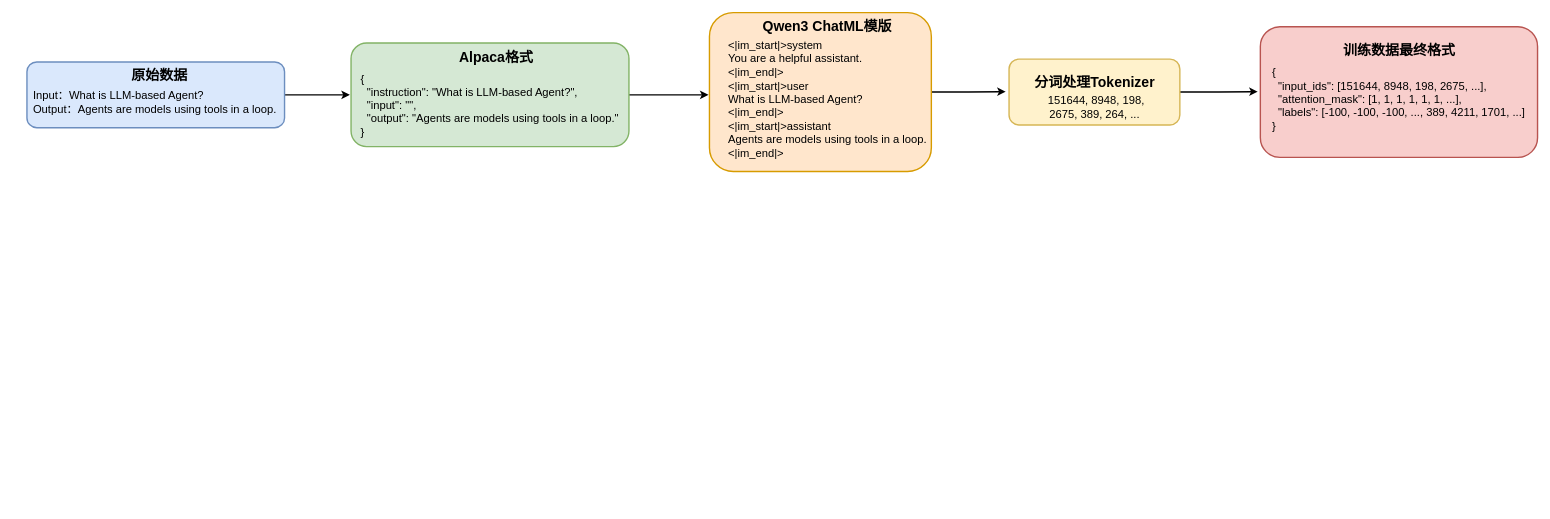
The draw.io diagram diagrams/sft_data_transformation_process.drawio in real-jiakai/draw, before the edit. Source tidied: cells renumbered, new cells numbered last; positions are measured from the earlier drawing's top-left corner, leaving out a move shared by most shapes. Both pictures are drawn from the tidied source at 70%, with x=0, y=0 at pixel (27, 13).
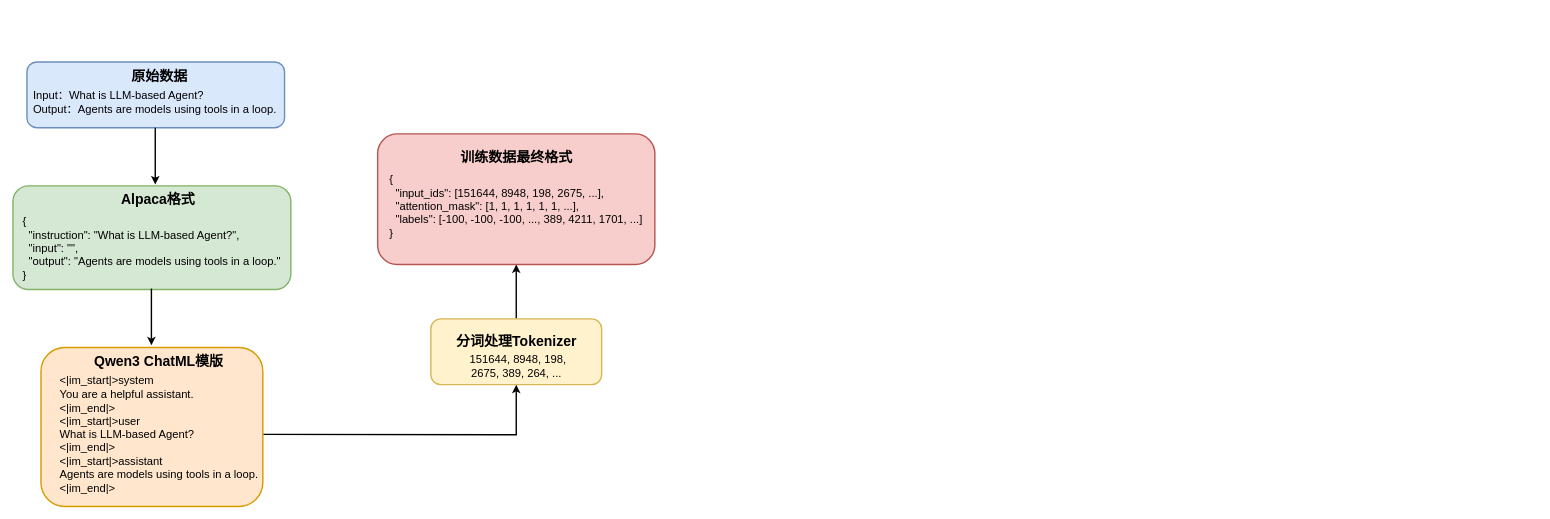
The same page after the edit.

The change refers to these unchanged cells:
```xml
<mxCell id="10" style="rounded=1;whiteSpace=wrap;html=1;strokeWidth=2;fillColor=#dae8fc;strokeColor=#6c8ebf;" parent="1" vertex="1">
  <mxGeometry y="70" width="368" height="94" as="geometry" />
</mxCell>
```

The edit, as a diff of the source:
```diff
@@
     <mxCell id="2" style="rounded=1;whiteSpace=wrap;html=1;strokeWidth=2;fillColor=#f8cecc;strokeColor=#b85450;" parent="1" vertex="1">
-      <mxGeometry x="1762" y="19.8" width="396" height="186.5" as="geometry" />
+      <mxGeometry x="501" y="172.8" width="396" height="186.5" as="geometry" />
     </mxCell>
-    <mxCell id="3" style="edgeStyle=orthogonalEdgeStyle;rounded=0;jettySize=auto;html=1;exitX=1;exitY=0.5;exitDx=0;exitDy=0;strokeWidth=2;" parent="1" edge="1" source="4">
-      <mxGeometry relative="1" as="geometry">
-        <mxPoint x="1758.2" y="112.4" as="targetPoint" />
-      </mxGeometry>
-    </mxCell>
+    <mxCell id="21" style="edgeStyle=orthogonalEdgeStyle;rounded=0;jettySize=auto;html=1;exitX=0.5;exitY=0;exitDx=0;exitDy=0;entryX=0.5;entryY=1;entryDx=0;entryDy=0;strokeWidth=2;" parent="1" edge="1" source="4" target="2">
+      <mxGeometry relative="1" as="geometry" />
+    </mxCell>
     <mxCell id="4" style="rounded=1;whiteSpace=wrap;html=1;strokeWidth=2;fillColor=#fff2cc;strokeColor=#d6b656;" parent="1" vertex="1">
-      <mxGeometry x="1403" y="66" width="244" height="94" as="geometry" />
+      <mxGeometry x="577" y="437" width="244" height="94" as="geometry" />
     </mxCell>
-    <mxCell id="5" style="edgeStyle=orthogonalEdgeStyle;rounded=0;jettySize=auto;html=1;exitX=1;exitY=0.5;exitDx=0;exitDy=0;strokeWidth=2;" parent="1" edge="1" source="6">
-      <mxGeometry relative="1" as="geometry">
-        <mxPoint x="1398.2" y="112.4" as="targetPoint" />
-      </mxGeometry>
-    </mxCell>
     <mxCell id="6" style="rounded=1;whiteSpace=wrap;html=1;strokeWidth=2;fillColor=#ffe6cc;strokeColor=#d79b00;" parent="1" vertex="1">
-      <mxGeometry x="975" y="-0.5" width="317" height="227" as="geometry" />
+      <mxGeometry x="20" y="478" width="317" height="227" as="geometry" />
     </mxCell>
-    <mxCell id="7" style="edgeStyle=orthogonalEdgeStyle;rounded=0;jettySize=auto;html=1;exitX=1;exitY=0.5;exitDx=0;exitDy=0;strokeWidth=2;" parent="1" edge="1" source="8">
-      <mxGeometry relative="1" as="geometry">
-        <mxPoint x="973.6" y="117" as="targetPoint" />
-      </mxGeometry>
-    </mxCell>
     <mxCell id="8" style="rounded=1;whiteSpace=wrap;html=1;strokeWidth=2;fillColor=#d5e8d4;strokeColor=#82b366;" parent="1" vertex="1">
-      <mxGeometry x="463" y="43" width="397" height="148" as="geometry" />
+      <mxGeometry x="-20" y="247" width="397" height="148" as="geometry" />
     </mxCell>
-    <mxCell id="9" style="edgeStyle=orthogonalEdgeStyle;rounded=0;jettySize=auto;html=1;exitX=1;exitY=0.5;exitDx=0;exitDy=0;strokeWidth=2;" parent="1" edge="1" source="10">
-      <mxGeometry relative="1" as="geometry">
-        <mxPoint x="461.3" y="117" as="targetPoint" />
-      </mxGeometry>
-    </mxCell>
@@
     <mxCell id="13" value="&lt;span style=&quot;font-size: 20px;&quot;&gt;&lt;b&gt;Alpaca格式&lt;/b&gt;&lt;/span&gt;" style="text;html=1;align=center;verticalAlign=middle;whiteSpace=wrap;rounded=0;" parent="1" vertex="1">
-      <mxGeometry x="608" y="47" width="125" height="30" as="geometry" />
+      <mxGeometry x="125" y="251" width="125" height="30" as="geometry" />
     </mxCell>
     <mxCell id="14" value="&lt;div&gt;&lt;font style=&quot;font-size: 16px;&quot;&gt;{&lt;/font&gt;&lt;/div&gt;&lt;div&gt;&lt;font style=&quot;font-size: 16px;&quot;&gt;&amp;nbsp; &quot;instruction&quot;: &quot;What is LLM-based Agent?&quot;,&lt;/font&gt;&lt;/div&gt;&lt;div&gt;&lt;font style=&quot;font-size: 16px;&quot;&gt;&amp;nbsp; &quot;input&quot;: &quot;&quot;,&lt;/font&gt;&lt;/div&gt;&lt;div&gt;&lt;font style=&quot;font-size: 16px;&quot;&gt;&amp;nbsp; &quot;output&quot;: &quot;Agents are models using tools in a loop.&quot;&lt;/font&gt;&lt;/div&gt;&lt;div&gt;&lt;font style=&quot;font-size: 16px;&quot;&gt;}&lt;/font&gt;&lt;/div&gt;" style="text;html=1;align=left;verticalAlign=middle;whiteSpace=wrap;rounded=0;" parent="1" vertex="1">
-      <mxGeometry x="475" y="73.8" width="379" height="116" as="geometry" />
+      <mxGeometry x="-8" y="277.8" width="379" height="116" as="geometry" />
     </mxCell>
     <mxCell id="15" value="&lt;font style=&quot;font-size: 20px;&quot;&gt;&lt;b&gt;Qwen3 ChatML模版&lt;/b&gt;&lt;/font&gt;" style="text;html=1;align=center;verticalAlign=middle;whiteSpace=wrap;rounded=0;" parent="1" vertex="1">
-      <mxGeometry x="1042" y="3" width="202.8" height="30" as="geometry" />
+      <mxGeometry x="87" y="481.5" width="202.8" height="30" as="geometry" />
     </mxCell>
+    <mxCell id="22" style="edgeStyle=orthogonalEdgeStyle;rounded=0;jettySize=auto;html=1;entryX=0.5;entryY=1;entryDx=0;entryDy=0;strokeWidth=2;" parent="1" edge="1" target="4">
+      <mxGeometry relative="1" as="geometry">
+        <mxPoint x="338" y="602" as="sourcePoint" />
+      </mxGeometry>
+    </mxCell>
     <mxCell id="16" value="&lt;div&gt;&lt;span style=&quot;font-size: 16px;&quot;&gt;&amp;lt;|im_start|&amp;gt;system&lt;/span&gt;&lt;/div&gt;&lt;div&gt;&lt;span style=&quot;font-size: 16px;&quot;&gt;You are a helpful assistant.&lt;/span&gt;&lt;/div&gt;&lt;div&gt;&lt;span style=&quot;font-size: 16px;&quot;&gt;&amp;lt;|im_end|&amp;gt;&lt;/span&gt;&lt;/div&gt;&lt;div&gt;&lt;span style=&quot;font-size: 16px;&quot;&gt;&amp;lt;|im_start|&amp;gt;user&lt;/span&gt;&lt;/div&gt;&lt;div&gt;&lt;span style=&quot;font-size: 16px;&quot;&gt;What is LLM-based Agent?&lt;/span&gt;&lt;/div&gt;&lt;div&gt;&lt;span style=&quot;font-size: 16px;&quot;&gt;&amp;lt;|im_end|&amp;gt;&lt;/span&gt;&lt;/div&gt;&lt;div&gt;&lt;span style=&quot;font-size: 16px;&quot;&gt;&amp;lt;|im_start|&amp;gt;assistant&lt;/span&gt;&lt;/div&gt;&lt;div&gt;&lt;span style=&quot;font-size: 16px;&quot;&gt;Agents are models using tools in a loop.&lt;/span&gt;&lt;/div&gt;&lt;div&gt;&lt;span style=&quot;font-size: 16px;&quot;&gt;&amp;lt;|im_end|&amp;gt;&lt;/span&gt;&lt;/div&gt;" style="text;html=1;align=left;verticalAlign=middle;whiteSpace=wrap;rounded=0;" parent="1" vertex="1">
-      <mxGeometry x="999.9" y="37" width="287" height="172.5" as="geometry" />
+      <mxGeometry x="44.9" y="515.5" width="287" height="172.5" as="geometry" />
     </mxCell>
     <mxCell id="17" value="&lt;font style=&quot;font-size: 16px;&quot;&gt;&amp;nbsp;151644, 8948, 198, 2675, 389, 264, ...&lt;/font&gt;" style="text;html=1;align=center;verticalAlign=middle;whiteSpace=wrap;rounded=0;" parent="1" vertex="1">
-      <mxGeometry x="1436.8" y="119" width="176.5" height="30" as="geometry" />
+      <mxGeometry x="610.8" y="490" width="176.5" height="30" as="geometry" />
     </mxCell>
     <mxCell id="18" value="&lt;span style=&quot;font-size: 20px;&quot;&gt;&lt;b&gt;分词处理Tokenizer&lt;/b&gt;&lt;/span&gt;" style="text;html=1;align=center;verticalAlign=middle;whiteSpace=wrap;rounded=0;" parent="1" vertex="1">
-      <mxGeometry x="1423.6" y="82.5" width="202.8" height="30" as="geometry" />
+      <mxGeometry x="597.6" y="453.5" width="202.8" height="30" as="geometry" />
     </mxCell>
     <mxCell id="19" value="&lt;div&gt;&lt;font style=&quot;font-size: 16px;&quot;&gt;{&lt;/font&gt;&lt;/div&gt;&lt;div&gt;&lt;font style=&quot;font-size: 16px;&quot;&gt;&amp;nbsp; &quot;input_ids&quot;: [151644, 8948, 198, 2675, ...],&lt;/font&gt;&lt;/div&gt;&lt;div&gt;&lt;font style=&quot;font-size: 16px;&quot;&gt;&amp;nbsp; &quot;attention_mask&quot;: [1, 1, 1, 1, 1, 1, ...],&lt;/font&gt;&lt;/div&gt;&lt;div&gt;&lt;font style=&quot;font-size: 16px;&quot;&gt;&amp;nbsp; &quot;labels&quot;: [-100, -100, -100, ..., 389, 4211, 1701, ...]&lt;/font&gt;&lt;/div&gt;&lt;div&gt;&lt;font style=&quot;font-size: 16px;&quot;&gt;}&lt;/font&gt;&lt;/div&gt;" style="text;html=1;align=left;verticalAlign=middle;whiteSpace=wrap;rounded=0;" parent="1" vertex="1">
-      <mxGeometry x="1777" y="52" width="366" height="142.5" as="geometry" />
+      <mxGeometry x="516" y="205" width="366" height="142.5" as="geometry" />
     </mxCell>
     <mxCell id="20" value="&lt;span style=&quot;font-size: 20px;&quot;&gt;&lt;b&gt;训练数据最终格式&lt;/b&gt;&lt;/span&gt;" style="text;html=1;align=center;verticalAlign=middle;whiteSpace=wrap;rounded=0;" parent="1" vertex="1">
-      <mxGeometry x="1858.6" y="37" width="202.8" height="30" as="geometry" />
+      <mxGeometry x="597.6" y="190" width="202.8" height="30" as="geometry" />
     </mxCell>
+    <mxCell id="23" style="endArrow=classic;html=1;rounded=0;strokeWidth=2;" parent="1" edge="1">
+      <mxGeometry relative="1" as="geometry">
+        <mxPoint x="183.3" y="164" as="sourcePoint" />
+        <mxPoint x="183.3" y="245" as="targetPoint" />
+      </mxGeometry>
+    </mxCell>
+    <mxCell id="24" style="endArrow=classic;html=1;rounded=0;strokeWidth=2;" parent="1" edge="1">
+      <mxGeometry relative="1" as="geometry">
+        <mxPoint x="177.8" y="393.8" as="sourcePoint" />
+        <mxPoint x="177.8" y="474.8" as="targetPoint" />
+      </mxGeometry>
+    </mxCell>
```
